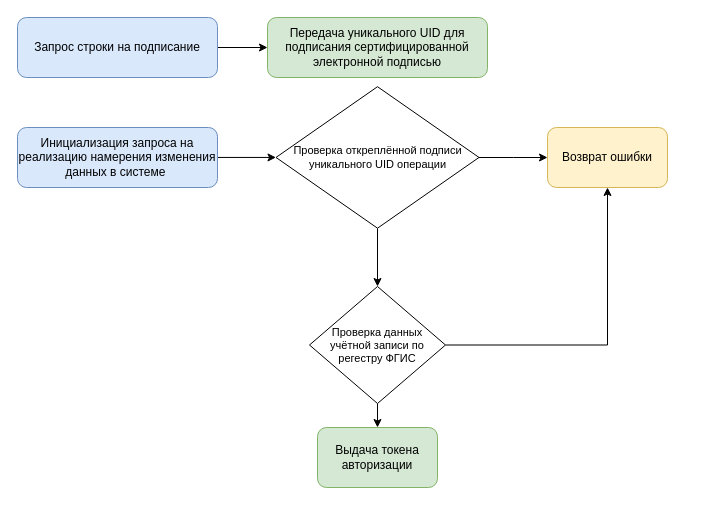
Above: page "Схема авторизации (л)" (3 of 3) of Untitled Diagram.drawio in SunBro-Marko/SunBro-Marko (draw.io), before the change. Source tidied: cells renumbered, new cells numbered last; positions are measured from the earlier drawing's top-left corner, leaving out a move shared by most shapes. Both pictures are drawn from the tidied source at 100%, with x=0, y=0 at pixel (17, 17).
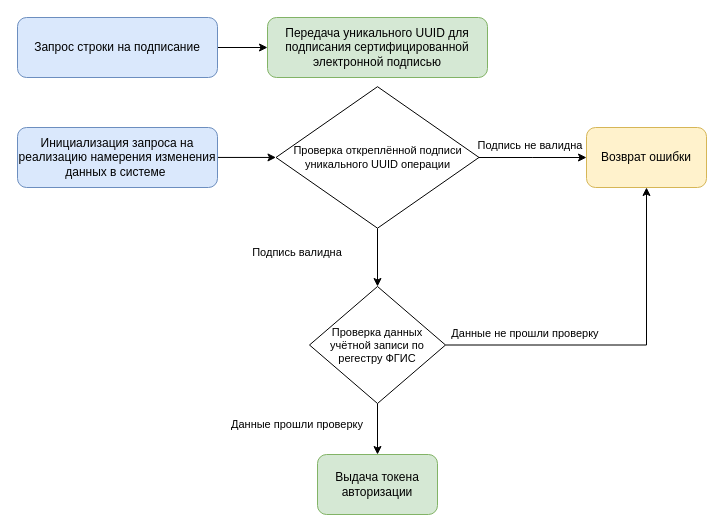
The same diagram, later.

The edit, as a diff of the source:
```diff
@@
 <mxGraphModel>
   <root>
     <mxCell id="0" />
     <mxCell id="1" parent="0" />
-    <mxCell id="2" value="Передача уникального UID для подписания сертифицированной электронной подписью" style="rounded=1;whiteSpace=wrap;html=1;fillColor=#d5e8d4;strokeColor=#82b366;" parent="1" vertex="1">
+    <mxCell id="2" value="Передача уникального UUID для подписания сертифицированной электронной подписью" style="rounded=1;whiteSpace=wrap;html=1;fillColor=#d5e8d4;strokeColor=#82b366;" parent="1" vertex="1">
       <mxGeometry x="250" width="220" height="60" as="geometry" />
     </mxCell>
     <mxCell id="3" style="edgeStyle=orthogonalEdgeStyle;rounded=0;jettySize=auto;html=1;entryX=0.5;entryY=0;entryDx=0;entryDy=0;fontSize=11;verticalAlign=bottom;" parent="1" edge="1" source="5" target="14">
       <mxGeometry relative="1" as="geometry" />
     </mxCell>
     <mxCell id="4" style="edgeStyle=orthogonalEdgeStyle;rounded=0;jettySize=auto;html=1;entryX=0;entryY=0.5;entryDx=0;entryDy=0;fontSize=11;verticalAlign=bottom;" parent="1" edge="1" source="5" target="11">
       <mxGeometry relative="1" as="geometry" />
     </mxCell>
-    <mxCell id="5" value="Проверка откреплённой подписи&lt;br style=&quot;font-size: 11px&quot;&gt;уникального UID операции" style="rhombus;whiteSpace=wrap;html=1;fontSize=11;" parent="1" vertex="1">
+    <mxCell id="5" value="Проверка откреплённой подписи&lt;br style=&quot;font-size: 11px&quot;&gt;уникального UUID операции" style="rhombus;whiteSpace=wrap;html=1;fontSize=11;" parent="1" vertex="1">
       <mxGeometry x="258.5" y="69.2" width="203" height="141.5" as="geometry" />
     </mxCell>
     <mxCell id="6" style="edgeStyle=orthogonalEdgeStyle;rounded=0;jettySize=auto;html=1;entryX=0;entryY=0.5;entryDx=0;entryDy=0;fontSize=11;verticalAlign=bottom;" parent="1" edge="1" source="7" target="2">
       <mxGeometry relative="1" as="geometry" />
     </mxCell>
     <mxCell id="7" value="Запрос строки на подписание" style="rounded=1;whiteSpace=wrap;html=1;fillColor=#dae8fc;strokeColor=#6c8ebf;" parent="1" vertex="1">
       <mxGeometry width="200" height="60" as="geometry" />
     </mxCell>
     <mxCell id="8" style="edgeStyle=orthogonalEdgeStyle;rounded=0;jettySize=auto;html=1;entryX=0;entryY=0.5;entryDx=0;entryDy=0;fontSize=11;verticalAlign=bottom;" parent="1" edge="1" source="9" target="5">
       <mxGeometry relative="1" as="geometry" />
     </mxCell>
     <mxCell id="9" value="Инициализация запроса на реализацию намерения изменения данных в системе&amp;nbsp;" style="rounded=1;whiteSpace=wrap;html=1;fillColor=#dae8fc;strokeColor=#6c8ebf;" parent="1" vertex="1">
       <mxGeometry y="110" width="200" height="60" as="geometry" />
     </mxCell>
     <mxCell id="10" value="Выдача токена авторизации" style="rounded=1;whiteSpace=wrap;html=1;fillColor=#d5e8d4;strokeColor=#82b366;" parent="1" vertex="1">
-      <mxGeometry x="300" y="410" width="120" height="60" as="geometry" />
+      <mxGeometry x="300" y="437" width="120" height="60" as="geometry" />
     </mxCell>
     <mxCell id="11" value="Возврат ошибки" style="rounded=1;whiteSpace=wrap;html=1;fillColor=#fff2cc;strokeColor=#d6b656;" parent="1" vertex="1">
-      <mxGeometry x="530" y="110" width="120" height="60" as="geometry" />
+      <mxGeometry x="569" y="110" width="120" height="60" as="geometry" />
     </mxCell>
     <mxCell id="12" style="edgeStyle=orthogonalEdgeStyle;rounded=0;jettySize=auto;html=1;entryX=0.5;entryY=0;entryDx=0;entryDy=0;fontSize=11;verticalAlign=bottom;" parent="1" edge="1" source="14" target="10">
       <mxGeometry relative="1" as="geometry" />
     </mxCell>
     <mxCell id="13" style="edgeStyle=orthogonalEdgeStyle;rounded=0;jettySize=auto;html=1;entryX=0.5;entryY=1;entryDx=0;entryDy=0;fontSize=11;verticalAlign=bottom;" parent="1" edge="1" source="14" target="11">
       <mxGeometry relative="1" as="geometry" />
     </mxCell>
     <mxCell id="14" value="Проверка данных учётной записи по регестру ФГИС" style="rhombus;whiteSpace=wrap;html=1;fontSize=11;" parent="1" vertex="1">
       <mxGeometry x="292" y="269" width="136" height="117" as="geometry" />
     </mxCell>
+    <mxCell id="15" value="Данные не прошли проверку" style="text;html=1;strokeColor=none;fillColor=none;align=center;verticalAlign=middle;whiteSpace=wrap;rounded=0;fontSize=11;" parent="1" vertex="1">
+      <mxGeometry x="428" y="306" width="160" height="20" as="geometry" />
+    </mxCell>
+    <mxCell id="16" value="Данные прошли проверку" style="text;html=1;strokeColor=none;fillColor=none;align=center;verticalAlign=middle;whiteSpace=wrap;rounded=0;fontSize=11;" parent="1" vertex="1">
+      <mxGeometry x="200" y="397" width="160" height="20" as="geometry" />
+    </mxCell>
+    <mxCell id="17" value="Подпись валидна" style="text;html=1;strokeColor=none;fillColor=none;align=center;verticalAlign=middle;whiteSpace=wrap;rounded=0;fontSize=11;" parent="1" vertex="1">
+      <mxGeometry x="200" y="225" width="160" height="20" as="geometry" />
+    </mxCell>
+    <mxCell id="18" value="Подпись не валидна" style="text;html=1;strokeColor=none;fillColor=none;align=center;verticalAlign=middle;whiteSpace=wrap;rounded=0;fontSize=11;" parent="1" vertex="1">
+      <mxGeometry x="433" y="118" width="160" height="20" as="geometry" />
+    </mxCell>
   </root>
 </mxGraphModel>
```
